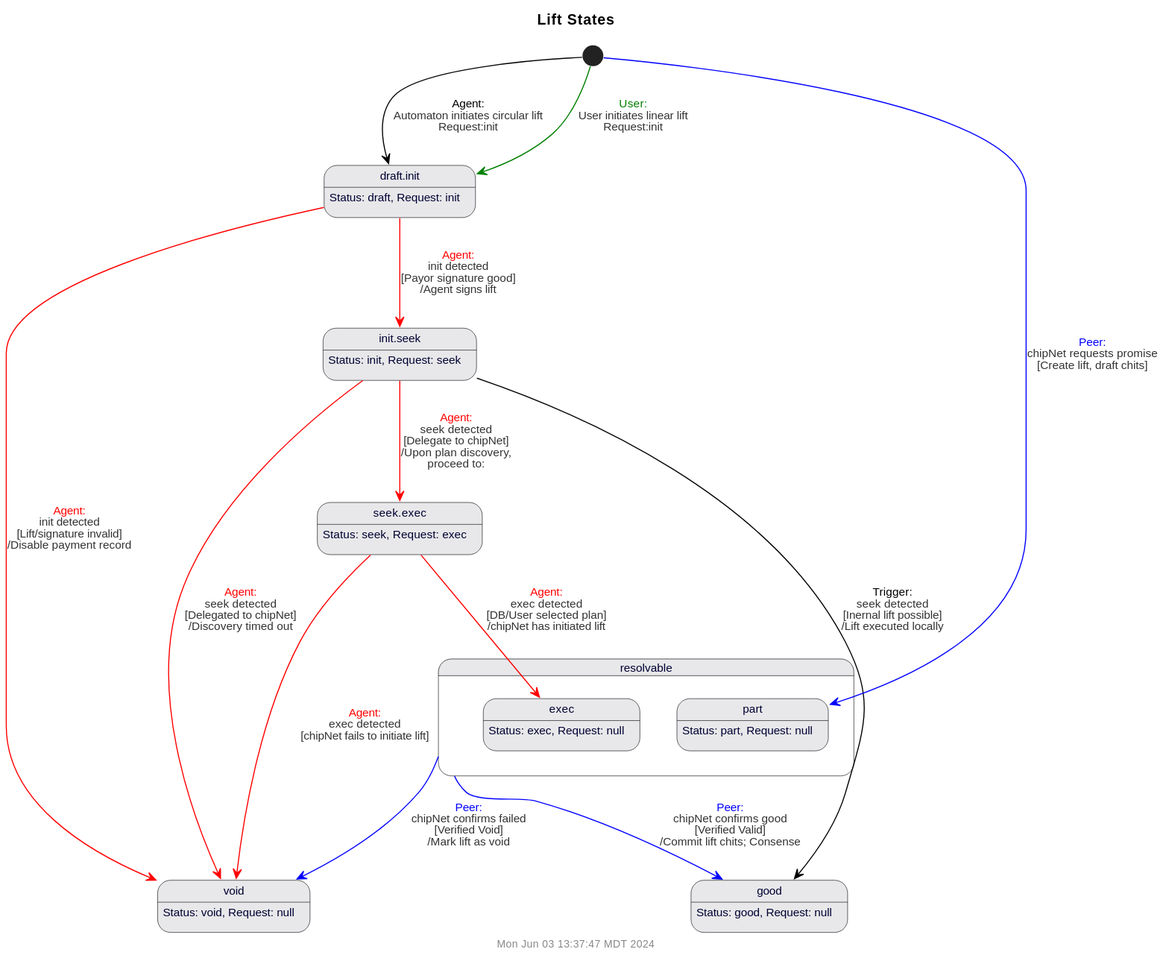
This is doc/uml/state-lift.svg from gotchoices/MyCHIPs, a PlantUML export, as it was before one commit.
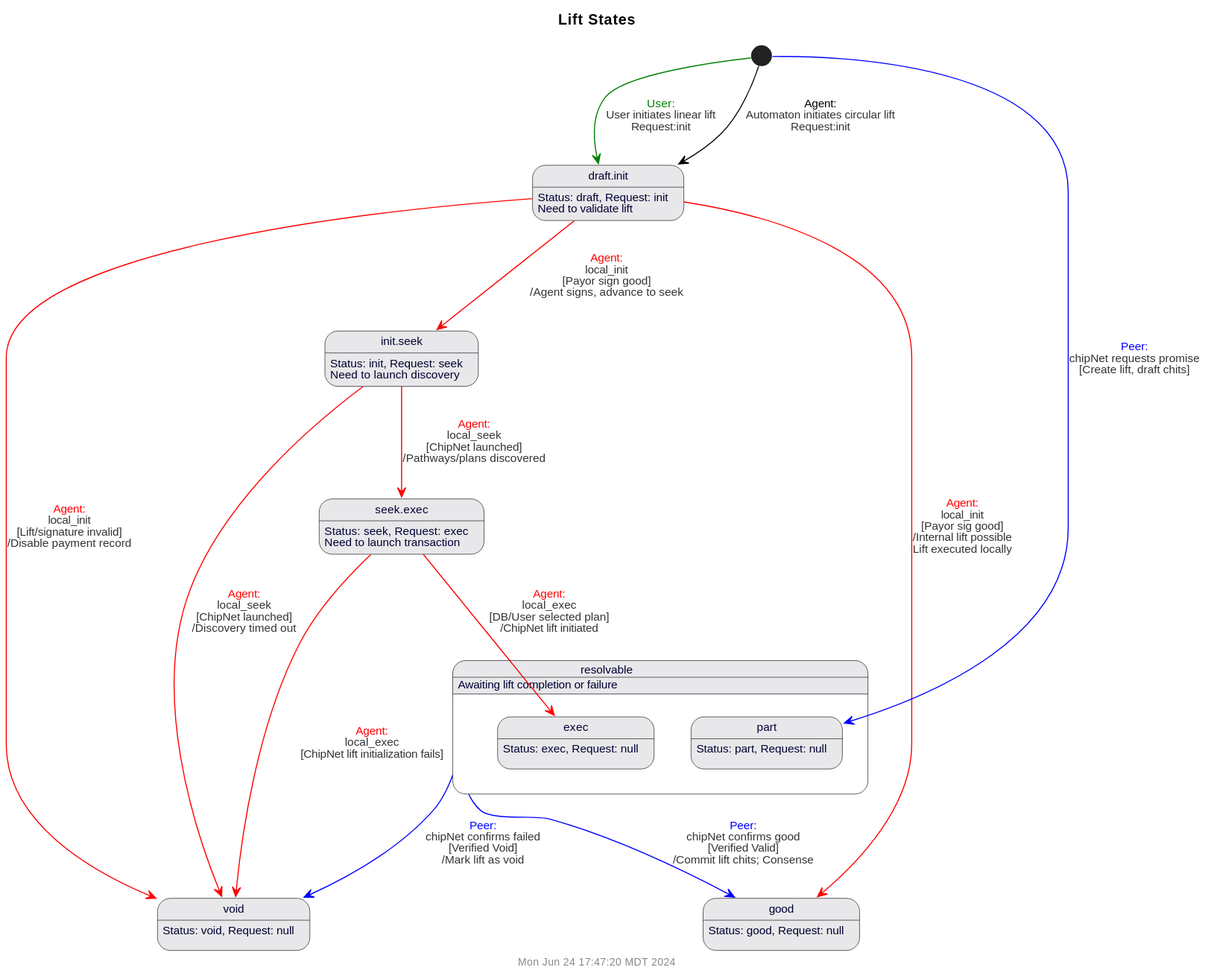
The same file after the commit.

Commit message:
Update lift state diagram

Change to the diagram source:
```diff
@@ -11,23 +11,27 @@
 }
 
 draftInit: Status: draft, Request: init
+draftInit: Need to validate lift
 initSeek: Status: init, Request: seek
+initSeek: Need to launch discovery
 seekExec: Status: seek, Request: exec
+seekExec: Need to launch transaction
 exec:  Status: exec, Request: null
 good:  Status: good, Request: null
 part:  Status: part, Request: null
 void:  Status: void, Request: null
+resolvable: Awaiting lift completion or failure
 
 [*] -[$user]-> draftInit: $trans($user,User initiates linear lift\nRequest:init,'')
 [*] --> draftInit: $trans(Agent,Automaton initiates circular lift\nRequest:init,'')
-draftInit -[$db]-> void: $trans($db, init detected, 'Lift/signature invalid', Disable payment record)
-draftInit -[$db]-> initSeek: $trans($db, init detected, 'Payor signature good', Agent signs lift)
-initSeek -[$db]-> seekExec: $trans($db, seek detected, Delegate to chipNet, 'Upon plan discovery,\nproceed to:')
-initSeek -[$db]-> void: $trans($db, seek detected, Delegated to chipNet, 'Discovery timed out')
-initSeek --> good: $trans(Trigger, seek detected, Inernal lift possible, Lift executed locally)
+draftInit -[$db]-> void: $trans($db, local_init, 'Lift/signature invalid', Disable payment record)
+draftInit -[$db]-> initSeek: $trans($db, local_init, 'Payor sign good', 'Agent signs, advance to seek')
+draftInit -[$db]-> good: $trans($db, local_init, 'Payor sig good', 'Internal lift possible\nLift executed locally')
+initSeek -[$db]-> seekExec: $trans($db, local_seek, ChipNet launched, 'Pathways/plans discovered')
+initSeek -[$db]-> void: $trans($db, local_seek, ChipNet launched, 'Discovery timed out')
 
-seekExec -[$db]-> exec: $trans($db, exec detected, DB/User selected plan, chipNet has initiated lift)
-seekExec -[$db]-> void: $trans($db, exec detected, chipNet fails to initiate lift)
+seekExec -[$db]-> exec: $trans($db, local_exec, DB/User selected plan, ChipNet lift initiated)
+seekExec -[$db]-> void: $trans($db, local_exec, ChipNet lift initialization fails)
 
 [*] -[$peer]-> part: $trans($peer, chipNet requests promise, 'Create lift, draft chits')
 
```
